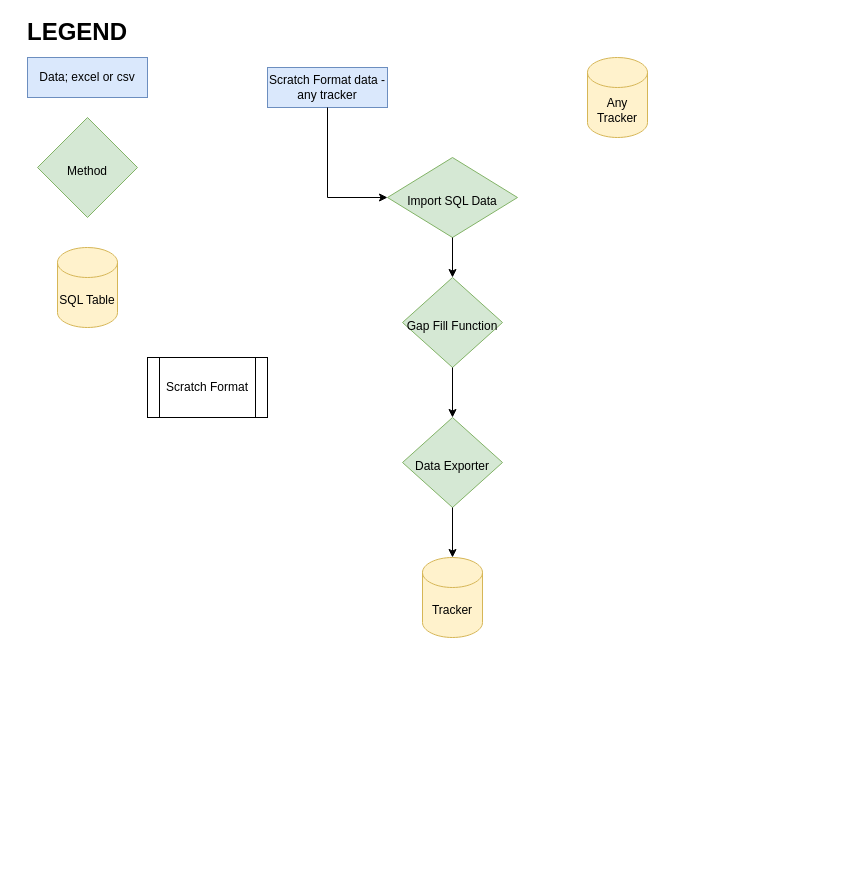
This is Import-Export-Structure.drawio from ancollis757/trackingtables, a draw.io file, before an edit. Source tidied: cells renumbered, new cells numbered last; positions are measured from the earlier drawing's top-left corner, leaving out a move shared by most shapes. Both pictures are drawn from the tidied source at 100%, with x=0, y=0 at pixel (27, 17).
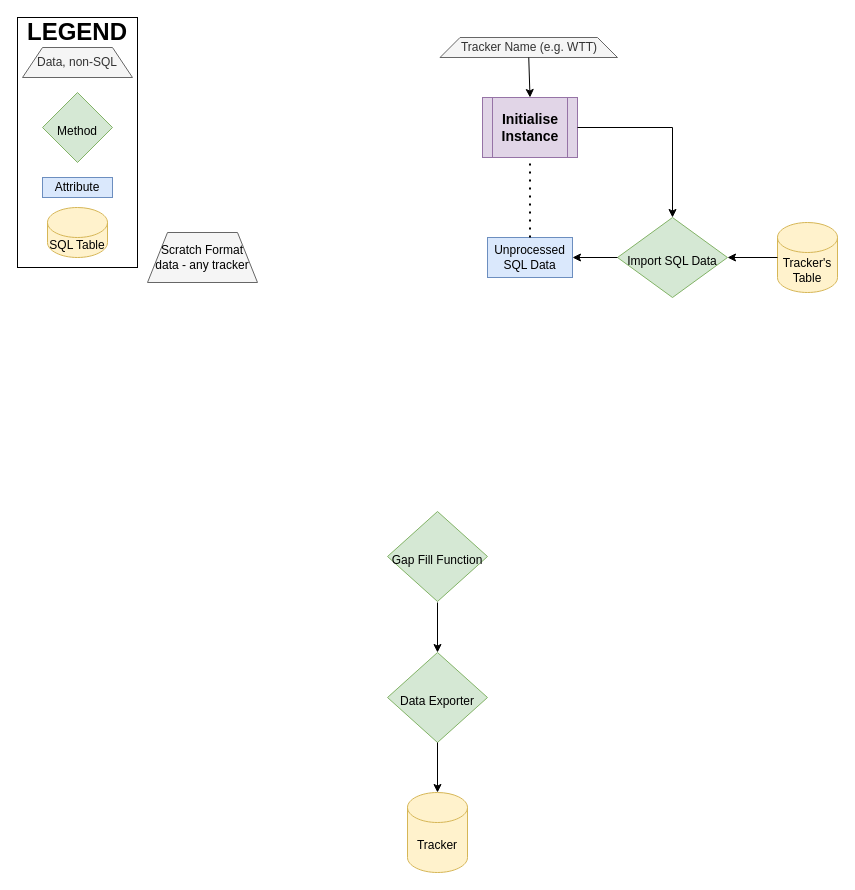
The same diagram, later.

Commit message:
Basic OOP Structure

The edit, as a diff of the source:
```diff
@@
-    <mxCell id="2" value="Scratch Format" style="shape=process;whiteSpace=wrap;html=1;backgroundOutline=1;" parent="1" vertex="1">
-      <mxGeometry x="120" y="340" width="120" height="60" as="geometry" />
-    </mxCell>
-    <mxCell id="3" value="Scratch Format data - any tracker" style="rounded=0;whiteSpace=wrap;html=1;fillColor=#dae8fc;strokeColor=#6c8ebf;" parent="1" vertex="1">
-      <mxGeometry x="240" y="50" width="120" height="40" as="geometry" />
-    </mxCell>
+    <mxCell id="17" style="rounded=0;whiteSpace=wrap;html=1;fontSize=14;fillColor=none;" parent="1" vertex="1">
+      <mxGeometry x="-10" width="120" height="250" as="geometry" />
+    </mxCell>
@@
-    <mxCell id="5" value="Data; excel or csv" style="rounded=0;whiteSpace=wrap;html=1;fillColor=#dae8fc;strokeColor=#6c8ebf;" parent="1" vertex="1">
-      <mxGeometry y="40" width="120" height="40" as="geometry" />
+    <mxCell id="5" value="Attribute" style="rounded=0;whiteSpace=wrap;html=1;fillColor=#dae8fc;strokeColor=#6c8ebf;" parent="1" vertex="1">
+      <mxGeometry x="15" y="160" width="70" height="20" as="geometry" />
     </mxCell>
     <mxCell id="6" value="&lt;font style=&quot;font-size: 12px;&quot;&gt;Method&lt;br&gt;&lt;/font&gt;" style="rhombus;whiteSpace=wrap;html=1;fontSize=24;fillColor=#d5e8d4;strokeColor=#82b366;" parent="1" vertex="1">
-      <mxGeometry x="10" y="100" width="100" height="100" as="geometry" />
+      <mxGeometry x="15" y="75" width="70" height="70" as="geometry" />
     </mxCell>
     <mxCell id="7" value="SQL Table" style="shape=cylinder3;whiteSpace=wrap;html=1;boundedLbl=1;backgroundOutline=1;size=15;fontSize=12;fillColor=#fff2cc;strokeColor=#d6b656;" parent="1" vertex="1">
-      <mxGeometry x="30" y="230" width="60" height="80" as="geometry" />
+      <mxGeometry x="20" y="190" width="60" height="50" as="geometry" />
     </mxCell>
     <mxCell id="8" value="&lt;font style=&quot;font-size: 12px;&quot;&gt;Import SQL Data&lt;/font&gt;" style="rhombus;whiteSpace=wrap;html=1;fontSize=24;fillColor=#d5e8d4;strokeColor=#82b366;" parent="1" vertex="1">
-      <mxGeometry x="360" y="140" width="130" height="80" as="geometry" />
+      <mxGeometry x="590" y="200" width="110" height="80" as="geometry" />
     </mxCell>
-    <mxCell id="9" value="Any Tracker" style="shape=cylinder3;whiteSpace=wrap;html=1;boundedLbl=1;backgroundOutline=1;size=15;fontSize=12;fillColor=#fff2cc;strokeColor=#d6b656;" parent="1" vertex="1">
-      <mxGeometry x="560" y="40" width="60" height="80" as="geometry" />
+    <mxCell id="9" value="Tracker's Table" style="shape=cylinder3;whiteSpace=wrap;html=1;boundedLbl=1;backgroundOutline=1;size=15;fontSize=12;fillColor=#fff2cc;strokeColor=#d6b656;" parent="1" vertex="1">
+      <mxGeometry x="750" y="205" width="60" height="70" as="geometry" />
     </mxCell>
-    <mxCell id="10" style="endArrow=classic;html=1;rounded=0;fontSize=12;entryX=0;entryY=0.5;entryDx=0;entryDy=0;exitX=0.5;exitY=1;exitDx=0;exitDy=0;" parent="1" edge="1" source="3" target="8">
-      <mxGeometry relative="1" as="geometry">
-        <Array as="points">
-          <mxPoint x="300" y="180" />
-        </Array>
-      </mxGeometry>
-    </mxCell>
     <mxCell id="11" value="&lt;span style=&quot;font-size: 12px;&quot;&gt;Gap Fill Function&lt;/span&gt;" style="rhombus;whiteSpace=wrap;html=1;fontSize=24;fillColor=#d5e8d4;strokeColor=#82b366;" parent="1" vertex="1">
-      <mxGeometry x="375" y="260" width="100" height="90" as="geometry" />
+      <mxGeometry x="360" y="494" width="100" height="90" as="geometry" />
     </mxCell>
-    <mxCell id="12" style="endArrow=classic;html=1;rounded=0;fontSize=12;entryX=0.5;entryY=0;entryDx=0;entryDy=0;exitX=0.5;exitY=1;exitDx=0;exitDy=0;" parent="1" edge="1" source="8" target="11">
-      <mxGeometry relative="1" as="geometry" />
-    </mxCell>
     <mxCell id="13" value="&lt;span style=&quot;font-size: 12px;&quot;&gt;Data Exporter&lt;/span&gt;" style="rhombus;whiteSpace=wrap;html=1;fontSize=24;fillColor=#d5e8d4;strokeColor=#82b366;" parent="1" vertex="1">
-      <mxGeometry x="375" y="400" width="100" height="90" as="geometry" />
+      <mxGeometry x="360" y="635" width="100" height="90" as="geometry" />
     </mxCell>
-    <mxCell id="14" style="endArrow=classic;html=1;rounded=0;fontSize=12;entryX=0.5;entryY=0;entryDx=0;entryDy=0;" parent="1" edge="1" source="11" target="13">
-      <mxGeometry relative="1" as="geometry" />
+    <mxCell id="14" style="endArrow=classic;html=1;rounded=0;fontSize=12;entryX=0.5;entryY=0;entryDx=0;entryDy=0;" parent="1" edge="1" target="13">
+      <mxGeometry relative="1" as="geometry">
+        <mxPoint x="410" y="585" as="sourcePoint" />
+      </mxGeometry>
     </mxCell>
     <mxCell id="15" value="Tracker" style="shape=cylinder3;whiteSpace=wrap;html=1;boundedLbl=1;backgroundOutline=1;size=15;fontSize=12;fillColor=#fff2cc;strokeColor=#d6b656;" parent="1" vertex="1">
-      <mxGeometry x="395" y="540" width="60" height="80" as="geometry" />
+      <mxGeometry x="380" y="775" width="60" height="80" as="geometry" />
     </mxCell>
@@
+    <mxCell id="18" value="&lt;font style=&quot;font-size: 14px;&quot;&gt;&lt;b&gt;Initialise Instance&lt;/b&gt;&lt;/font&gt;" style="shape=process;whiteSpace=wrap;html=1;backgroundOutline=1;fontSize=12;fillColor=#e1d5e7;strokeColor=#9673a6;" parent="1" vertex="1">
+      <mxGeometry x="455" y="80" width="95" height="60" as="geometry" />
+    </mxCell>
+    <mxCell id="19" value="Data, non-SQL" style="shape=trapezoid;perimeter=trapezoidPerimeter;whiteSpace=wrap;html=1;fixedSize=1;fontSize=12;fillColor=#f5f5f5;fontColor=#333333;strokeColor=#666666;" parent="1" vertex="1">
+      <mxGeometry x="-5" y="30" width="110" height="30" as="geometry" />
+    </mxCell>
+    <mxCell id="3" value="&lt;span style=&quot;color: rgb(0, 0, 0);&quot;&gt;Scratch Format data - any tracker&lt;/span&gt;" style="shape=trapezoid;perimeter=trapezoidPerimeter;whiteSpace=wrap;html=1;fixedSize=1;fontSize=12;fillColor=#f5f5f5;fontColor=#333333;strokeColor=#666666;" parent="1" vertex="1">
+      <mxGeometry x="120" y="215" width="110" height="50" as="geometry" />
+    </mxCell>
+    <mxCell id="20" value="Tracker Name (e.g. WTT)" style="shape=trapezoid;perimeter=trapezoidPerimeter;whiteSpace=wrap;html=1;fixedSize=1;fontSize=12;fillColor=#f5f5f5;fontColor=#333333;strokeColor=#666666;" parent="1" vertex="1">
+      <mxGeometry x="412.5" y="20" width="177.5" height="20" as="geometry" />
+    </mxCell>
+    <mxCell id="21" style="endArrow=classic;html=1;rounded=0;fontSize=12;exitX=0.5;exitY=1;exitDx=0;exitDy=0;entryX=0.5;entryY=0;entryDx=0;entryDy=0;" parent="1" edge="1" source="20" target="18">
+      <mxGeometry relative="1" as="geometry" />
+    </mxCell>
+    <mxCell id="22" style="endArrow=classic;html=1;rounded=0;fontSize=12;exitX=0;exitY=0.5;exitDx=0;exitDy=0;exitPerimeter=0;entryX=1;entryY=0.5;entryDx=0;entryDy=0;" parent="1" edge="1" source="9" target="8">
+      <mxGeometry relative="1" as="geometry" />
+    </mxCell>
+    <mxCell id="23" value="Unprocessed SQL Data" style="rounded=0;whiteSpace=wrap;html=1;fillColor=#dae8fc;strokeColor=#6c8ebf;" parent="1" vertex="1">
+      <mxGeometry x="460" y="220" width="85" height="40" as="geometry" />
+    </mxCell>
+    <mxCell id="24" style="endArrow=classic;html=1;rounded=0;fontSize=12;exitX=0;exitY=0.5;exitDx=0;exitDy=0;" parent="1" edge="1" source="8" target="23">
+      <mxGeometry relative="1" as="geometry" />
+    </mxCell>
+    <mxCell id="25" style="endArrow=classic;html=1;rounded=0;fontSize=12;exitX=1;exitY=0.5;exitDx=0;exitDy=0;entryX=0.5;entryY=0;entryDx=0;entryDy=0;" parent="1" edge="1" source="18" target="8">
+      <mxGeometry relative="1" as="geometry">
+        <Array as="points">
+          <mxPoint x="645" y="110" />
+        </Array>
+      </mxGeometry>
+    </mxCell>
+    <mxCell id="26" style="endArrow=none;dashed=1;html=1;dashPattern=1 3;strokeWidth=2;rounded=0;fontSize=14;entryX=0.5;entryY=1;entryDx=0;entryDy=0;exitX=0.5;exitY=0;exitDx=0;exitDy=0;" parent="1" edge="1" source="23" target="18">
+      <mxGeometry relative="1" as="geometry" />
+    </mxCell>
```
